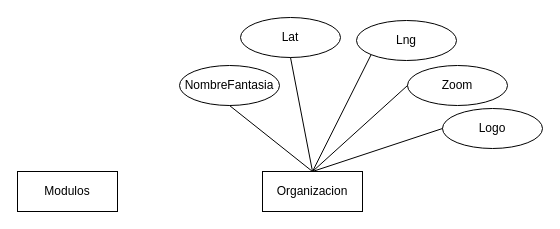
Earlier version of the draw.io diagram Diagrama sin título.drawio (notariopablomarcelo/agata). Source tidied: cells renumbered, new cells numbered last; positions are measured from the earlier drawing's top-left corner, leaving out a move shared by most shapes. Both pictures are drawn from the tidied source at 100%, with x=0, y=0 at pixel (17, 17).
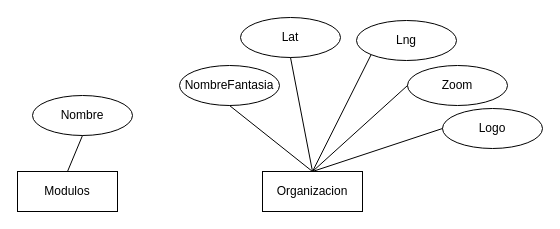
After the change.

Change to the diagram source:
```diff
@@
 <mxGraphModel>
   <root>
     <mxCell id="0" />
     <mxCell id="1" parent="0" />
     <mxCell id="2" value="Modulos" style="whiteSpace=wrap;html=1;align=center;" parent="1" vertex="1">
       <mxGeometry y="154" width="100" height="40" as="geometry" />
     </mxCell>
     <mxCell id="3" value="Organizacion" style="whiteSpace=wrap;html=1;align=center;" parent="1" vertex="1">
       <mxGeometry x="245" y="154" width="100" height="40" as="geometry" />
     </mxCell>
     <mxCell id="4" value="NombreFantasia" style="ellipse;whiteSpace=wrap;html=1;align=center;" parent="1" vertex="1">
       <mxGeometry x="162" y="48" width="100" height="40" as="geometry" />
     </mxCell>
     <mxCell id="5" value="Lng" style="ellipse;whiteSpace=wrap;html=1;align=center;" parent="1" vertex="1">
       <mxGeometry x="339" y="3" width="100" height="40" as="geometry" />
     </mxCell>
     <mxCell id="6" value="Lat" style="ellipse;whiteSpace=wrap;html=1;align=center;" parent="1" vertex="1">
       <mxGeometry x="223" width="100" height="40" as="geometry" />
     </mxCell>
     <mxCell id="7" value="Zoom" style="ellipse;whiteSpace=wrap;html=1;align=center;" parent="1" vertex="1">
       <mxGeometry x="390" y="48" width="100" height="40" as="geometry" />
     </mxCell>
     <mxCell id="8" value="Logo" style="ellipse;whiteSpace=wrap;html=1;align=center;" parent="1" vertex="1">
       <mxGeometry x="425" y="91" width="100" height="40" as="geometry" />
     </mxCell>
     <mxCell id="9" style="endArrow=none;html=1;rounded=0;exitX=0.5;exitY=0;exitDx=0;exitDy=0;entryX=0.5;entryY=1;entryDx=0;entryDy=0;" parent="1" edge="1" source="3" target="4">
       <mxGeometry relative="1" as="geometry" />
     </mxCell>
     <mxCell id="10" style="endArrow=none;html=1;rounded=0;exitX=0.5;exitY=0;exitDx=0;exitDy=0;entryX=0.5;entryY=1;entryDx=0;entryDy=0;" parent="1" edge="1" source="3" target="6">
       <mxGeometry relative="1" as="geometry" />
     </mxCell>
     <mxCell id="11" style="endArrow=none;html=1;rounded=0;exitX=0.5;exitY=0;exitDx=0;exitDy=0;entryX=0;entryY=1;entryDx=0;entryDy=0;" parent="1" edge="1" source="3" target="5">
       <mxGeometry relative="1" as="geometry" />
     </mxCell>
     <mxCell id="12" style="endArrow=none;html=1;rounded=0;exitX=0.5;exitY=0;exitDx=0;exitDy=0;entryX=0;entryY=0.5;entryDx=0;entryDy=0;" parent="1" edge="1" source="3" target="7">
       <mxGeometry relative="1" as="geometry" />
     </mxCell>
     <mxCell id="13" style="endArrow=none;html=1;rounded=0;exitX=0.5;exitY=0;exitDx=0;exitDy=0;entryX=0;entryY=0.5;entryDx=0;entryDy=0;" parent="1" edge="1" source="3" target="8">
       <mxGeometry relative="1" as="geometry" />
     </mxCell>
+    <mxCell id="14" value="Nombre" style="ellipse;whiteSpace=wrap;html=1;align=center;" parent="1" vertex="1">
+      <mxGeometry x="15" y="78" width="100" height="40" as="geometry" />
+    </mxCell>
+    <mxCell id="15" style="endArrow=none;html=1;rounded=0;exitX=0.5;exitY=0;exitDx=0;exitDy=0;entryX=0.5;entryY=1;entryDx=0;entryDy=0;" parent="1" edge="1" source="2" target="14">
+      <mxGeometry relative="1" as="geometry" />
+    </mxCell>
   </root>
 </mxGraphModel>
```
